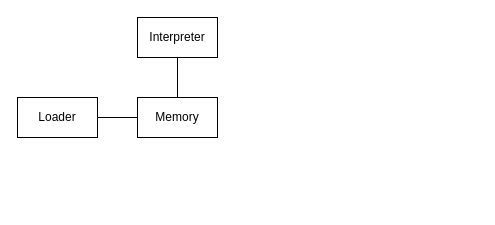
This is cse3903/high_level_architecture.drawio from DersuG/notes, a draw.io file, before an edit. Source tidied: cells renumbered, new cells numbered last; positions are measured from the earlier drawing's top-left corner, leaving out a move shared by most shapes. Both pictures are drawn from the tidied source at 100%, with x=0, y=0 at pixel (17, 17).
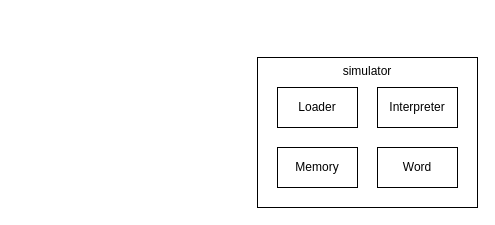
After the change.

The edit, as a diff of the source:
```diff
@@
 <mxGraphModel>
   <root>
     <mxCell id="0" />
     <mxCell id="1" parent="0" />
+    <mxCell id="7" value="simulator" style="rounded=0;whiteSpace=wrap;html=1;verticalAlign=top;" parent="1" vertex="1">
+      <mxGeometry x="240" y="40" width="220" height="150" as="geometry" />
+    </mxCell>
     <mxCell id="2" value="Loader" style="rounded=0;whiteSpace=wrap;html=1;" parent="1" vertex="1">
-      <mxGeometry y="80" width="80" height="40" as="geometry" />
+      <mxGeometry x="260" y="70" width="80" height="40" as="geometry" />
     </mxCell>
     <mxCell id="3" value="Interpreter" style="rounded=0;whiteSpace=wrap;html=1;" parent="1" vertex="1">
-      <mxGeometry x="120" width="80" height="40" as="geometry" />
+      <mxGeometry x="360" y="70" width="80" height="40" as="geometry" />
     </mxCell>
     <mxCell id="4" value="Memory" style="rounded=0;whiteSpace=wrap;html=1;" parent="1" vertex="1">
-      <mxGeometry x="120" y="80" width="80" height="40" as="geometry" />
+      <mxGeometry x="260" y="130" width="80" height="40" as="geometry" />
     </mxCell>
-    <mxCell id="5" style="endArrow=none;html=1;rounded=0;" parent="1" edge="1" source="2" target="4">
-      <mxGeometry relative="1" as="geometry" />
-    </mxCell>
-    <mxCell id="6" style="endArrow=none;html=1;rounded=0;" parent="1" edge="1" source="4" target="3">
-      <mxGeometry relative="1" as="geometry" />
-    </mxCell>
+    <mxCell id="8" value="Word" style="rounded=0;whiteSpace=wrap;html=1;" parent="1" vertex="1">
+      <mxGeometry x="360" y="130" width="80" height="40" as="geometry" />
+    </mxCell>
   </root>
 </mxGraphModel>
```
